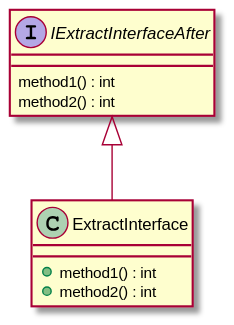
The PlantUML diagram uml/After/Extract/ExtractInterface.svg in claremacrae/RefactoringSamples, before a commit. Source of this version:
```plantuml
@startuml
interface IExtractInterfaceAfter {
    method1() : int
    method2() : int
}
class ExtractInterface {
    + method1() : int
    + method2() : int
}
IExtractInterfaceAfter <|-- ExtractInterface
@enduml
```
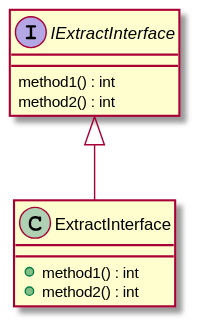
After the commit.

Diff of the diagram source:
```diff
@@ -1,5 +1,5 @@
 @startuml
-interface IExtractInterfaceAfter {
+interface IExtractInterface {
     method1() : int
     method2() : int
 }
@@ -7,5 +7,5 @@
     + method1() : int
     + method2() : int
 }
-IExtractInterfaceAfter <|-- ExtractInterface
+IExtractInterface <|-- ExtractInterface
 @enduml
```
